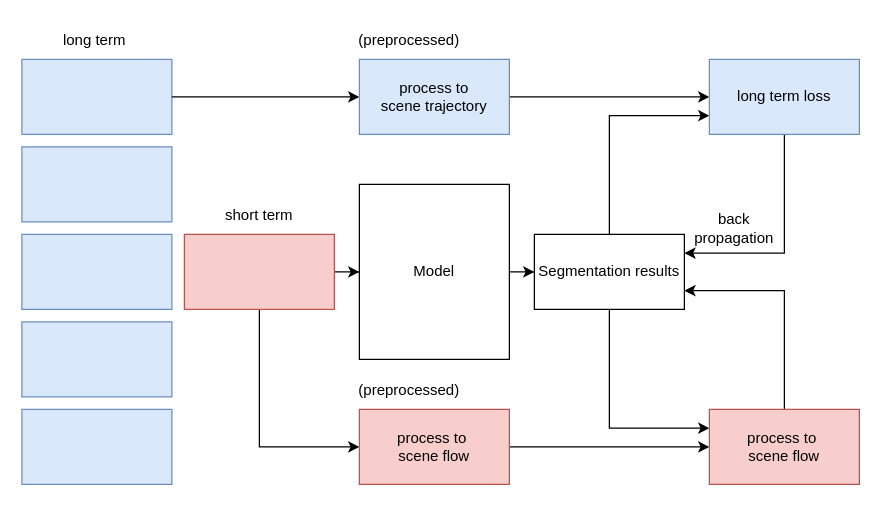
This is disserattion_pipeline.drawio from turswiming/drawio_file, a draw.io file, before an edit. Source tidied: cells renumbered, new cells numbered last; positions are measured from the earlier drawing's top-left corner, leaving out a move shared by most shapes. Both pictures are drawn from the tidied source at 125%, with x=0, y=0 at pixel (21, 21).
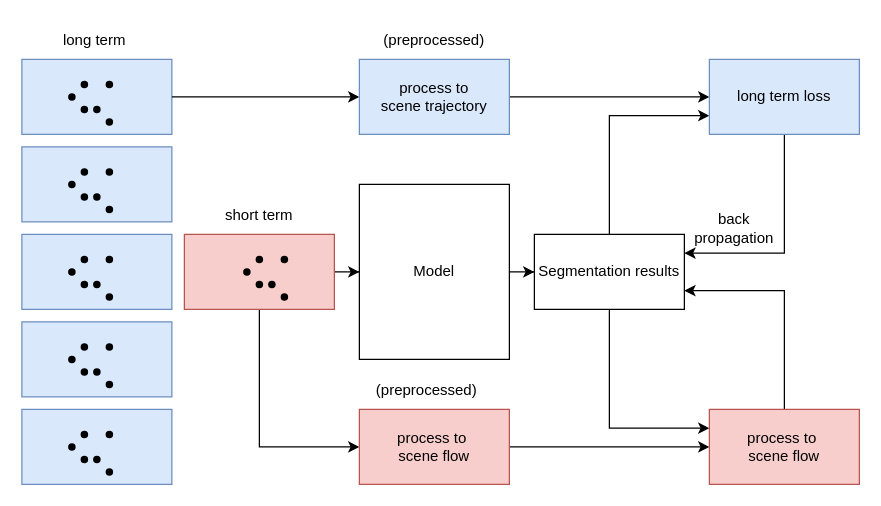
The same diagram, later.

Diff of the diagram source:
```diff
@@
     <mxCell id="26" value="(preprocessed)" style="text;html=1;align=center;verticalAlign=middle;whiteSpace=wrap;rounded=0;" parent="1" vertex="1">
-      <mxGeometry x="280" y="280" width="60" height="30" as="geometry" />
+      <mxGeometry x="294" y="280" width="60" height="30" as="geometry" />
     </mxCell>
     <mxCell id="27" value="(preprocessed)" style="text;html=1;align=center;verticalAlign=middle;whiteSpace=wrap;rounded=0;" parent="1" vertex="1">
-      <mxGeometry x="280" width="60" height="30" as="geometry" />
+      <mxGeometry x="300" width="60" height="30" as="geometry" />
     </mxCell>
@@
+    <mxCell id="29" style="group;" parent="1" vertex="1">
+      <mxGeometry x="30" y="40" width="50" height="50" as="geometry" />
+    </mxCell>
+    <mxCell id="30" style="shape=waypoint;sketch=0;fillStyle=solid;size=6;fillColor=none;perimeter=centerPerimeter;" parent="29" vertex="1">
+      <mxGeometry x="10" y="20" width="20" height="20" as="geometry" />
+    </mxCell>
+    <mxCell id="31" style="shape=waypoint;sketch=0;fillStyle=solid;size=6;fillColor=none;perimeter=centerPerimeter;" parent="29" vertex="1">
+      <mxGeometry x="10" width="20" height="20" as="geometry" />
+    </mxCell>
+    <mxCell id="32" style="shape=waypoint;sketch=0;fillStyle=solid;size=6;fillColor=none;perimeter=centerPerimeter;" parent="29" vertex="1">
+      <mxGeometry x="30" y="30" width="20" height="20" as="geometry" />
+    </mxCell>
+    <mxCell id="33" style="shape=waypoint;sketch=0;fillStyle=solid;size=6;fillColor=none;perimeter=centerPerimeter;" parent="29" vertex="1">
+      <mxGeometry y="10" width="20" height="20" as="geometry" />
+    </mxCell>
+    <mxCell id="34" style="shape=waypoint;sketch=0;fillStyle=solid;size=6;fillColor=none;perimeter=centerPerimeter;" parent="29" vertex="1">
+      <mxGeometry x="20" y="20" width="20" height="20" as="geometry" />
+    </mxCell>
+    <mxCell id="35" style="shape=waypoint;sketch=0;fillStyle=solid;size=6;fillColor=none;perimeter=centerPerimeter;" parent="29" vertex="1">
+      <mxGeometry x="30" width="20" height="20" as="geometry" />
+    </mxCell>
+    <mxCell id="36" style="group;" parent="1" vertex="1">
+      <mxGeometry x="30" y="110" width="50" height="50" as="geometry" />
+    </mxCell>
+    <mxCell id="37" style="shape=waypoint;sketch=0;fillStyle=solid;size=6;fillColor=none;perimeter=centerPerimeter;" parent="36" vertex="1">
+      <mxGeometry x="10" y="20" width="20" height="20" as="geometry" />
+    </mxCell>
+    <mxCell id="38" style="shape=waypoint;sketch=0;fillStyle=solid;size=6;fillColor=none;perimeter=centerPerimeter;" parent="36" vertex="1">
+      <mxGeometry x="10" width="20" height="20" as="geometry" />
+    </mxCell>
+    <mxCell id="39" style="shape=waypoint;sketch=0;fillStyle=solid;size=6;fillColor=none;perimeter=centerPerimeter;" parent="36" vertex="1">
+      <mxGeometry x="30" y="30" width="20" height="20" as="geometry" />
+    </mxCell>
+    <mxCell id="40" style="shape=waypoint;sketch=0;fillStyle=solid;size=6;fillColor=none;perimeter=centerPerimeter;" parent="36" vertex="1">
+      <mxGeometry y="10" width="20" height="20" as="geometry" />
+    </mxCell>
+    <mxCell id="41" style="shape=waypoint;sketch=0;fillStyle=solid;size=6;fillColor=none;perimeter=centerPerimeter;" parent="36" vertex="1">
+      <mxGeometry x="20" y="20" width="20" height="20" as="geometry" />
+    </mxCell>
+    <mxCell id="42" style="shape=waypoint;sketch=0;fillStyle=solid;size=6;fillColor=none;perimeter=centerPerimeter;" parent="36" vertex="1">
+      <mxGeometry x="30" width="20" height="20" as="geometry" />
+    </mxCell>
+    <mxCell id="43" style="group;" parent="1" vertex="1">
+      <mxGeometry x="30" y="180" width="50" height="50" as="geometry" />
+    </mxCell>
+    <mxCell id="44" style="shape=waypoint;sketch=0;fillStyle=solid;size=6;fillColor=none;perimeter=centerPerimeter;" parent="43" vertex="1">
+      <mxGeometry x="10" y="20" width="20" height="20" as="geometry" />
+    </mxCell>
+    <mxCell id="45" style="shape=waypoint;sketch=0;fillStyle=solid;size=6;fillColor=none;perimeter=centerPerimeter;" parent="43" vertex="1">
+      <mxGeometry x="10" width="20" height="20" as="geometry" />
+    </mxCell>
+    <mxCell id="46" style="shape=waypoint;sketch=0;fillStyle=solid;size=6;fillColor=none;perimeter=centerPerimeter;" parent="43" vertex="1">
+      <mxGeometry x="30" y="30" width="20" height="20" as="geometry" />
+    </mxCell>
+    <mxCell id="47" style="shape=waypoint;sketch=0;fillStyle=solid;size=6;fillColor=none;perimeter=centerPerimeter;" parent="43" vertex="1">
+      <mxGeometry y="10" width="20" height="20" as="geometry" />
+    </mxCell>
+    <mxCell id="48" style="shape=waypoint;sketch=0;fillStyle=solid;size=6;fillColor=none;perimeter=centerPerimeter;" parent="43" vertex="1">
+      <mxGeometry x="20" y="20" width="20" height="20" as="geometry" />
+    </mxCell>
+    <mxCell id="49" style="shape=waypoint;sketch=0;fillStyle=solid;size=6;fillColor=none;perimeter=centerPerimeter;" parent="43" vertex="1">
+      <mxGeometry x="30" width="20" height="20" as="geometry" />
+    </mxCell>
+    <mxCell id="50" style="group;" parent="1" vertex="1">
+      <mxGeometry x="30" y="250" width="50" height="50" as="geometry" />
+    </mxCell>
+    <mxCell id="51" style="shape=waypoint;sketch=0;fillStyle=solid;size=6;fillColor=none;perimeter=centerPerimeter;" parent="50" vertex="1">
+      <mxGeometry x="10" y="20" width="20" height="20" as="geometry" />
+    </mxCell>
+    <mxCell id="52" style="shape=waypoint;sketch=0;fillStyle=solid;size=6;fillColor=none;perimeter=centerPerimeter;" parent="50" vertex="1">
+      <mxGeometry x="10" width="20" height="20" as="geometry" />
+    </mxCell>
+    <mxCell id="53" style="shape=waypoint;sketch=0;fillStyle=solid;size=6;fillColor=none;perimeter=centerPerimeter;" parent="50" vertex="1">
+      <mxGeometry x="30" y="30" width="20" height="20" as="geometry" />
+    </mxCell>
+    <mxCell id="54" style="shape=waypoint;sketch=0;fillStyle=solid;size=6;fillColor=none;perimeter=centerPerimeter;" parent="50" vertex="1">
+      <mxGeometry y="10" width="20" height="20" as="geometry" />
+    </mxCell>
+    <mxCell id="55" style="shape=waypoint;sketch=0;fillStyle=solid;size=6;fillColor=none;perimeter=centerPerimeter;" parent="50" vertex="1">
+      <mxGeometry x="20" y="20" width="20" height="20" as="geometry" />
+    </mxCell>
+    <mxCell id="56" style="shape=waypoint;sketch=0;fillStyle=solid;size=6;fillColor=none;perimeter=centerPerimeter;" parent="50" vertex="1">
+      <mxGeometry x="30" width="20" height="20" as="geometry" />
+    </mxCell>
+    <mxCell id="57" style="group;" parent="1" vertex="1">
+      <mxGeometry x="30" y="320" width="50" height="50" as="geometry" />
+    </mxCell>
+    <mxCell id="58" style="shape=waypoint;sketch=0;fillStyle=solid;size=6;fillColor=none;perimeter=centerPerimeter;" parent="57" vertex="1">
+      <mxGeometry x="10" y="20" width="20" height="20" as="geometry" />
+    </mxCell>
+    <mxCell id="59" style="shape=waypoint;sketch=0;fillStyle=solid;size=6;fillColor=none;perimeter=centerPerimeter;" parent="57" vertex="1">
+      <mxGeometry x="10" width="20" height="20" as="geometry" />
+    </mxCell>
+    <mxCell id="60" style="shape=waypoint;sketch=0;fillStyle=solid;size=6;fillColor=none;perimeter=centerPerimeter;" parent="57" vertex="1">
+      <mxGeometry x="30" y="30" width="20" height="20" as="geometry" />
+    </mxCell>
+    <mxCell id="61" style="shape=waypoint;sketch=0;fillStyle=solid;size=6;fillColor=none;perimeter=centerPerimeter;" parent="57" vertex="1">
+      <mxGeometry y="10" width="20" height="20" as="geometry" />
+    </mxCell>
+    <mxCell id="62" style="shape=waypoint;sketch=0;fillStyle=solid;size=6;fillColor=none;perimeter=centerPerimeter;" parent="57" vertex="1">
+      <mxGeometry x="20" y="20" width="20" height="20" as="geometry" />
+    </mxCell>
+    <mxCell id="63" style="shape=waypoint;sketch=0;fillStyle=solid;size=6;fillColor=none;perimeter=centerPerimeter;" parent="57" vertex="1">
+      <mxGeometry x="30" width="20" height="20" as="geometry" />
+    </mxCell>
+    <mxCell id="64" style="group;" parent="1" vertex="1">
+      <mxGeometry x="170" y="180" width="50" height="50" as="geometry" />
+    </mxCell>
+    <mxCell id="65" style="shape=waypoint;sketch=0;fillStyle=solid;size=6;fillColor=none;perimeter=centerPerimeter;" parent="64" vertex="1">
+      <mxGeometry x="10" y="20" width="20" height="20" as="geometry" />
+    </mxCell>
+    <mxCell id="66" style="shape=waypoint;sketch=0;fillStyle=solid;size=6;fillColor=none;perimeter=centerPerimeter;" parent="64" vertex="1">
+      <mxGeometry x="10" width="20" height="20" as="geometry" />
+    </mxCell>
+    <mxCell id="67" style="shape=waypoint;sketch=0;fillStyle=solid;size=6;fillColor=none;perimeter=centerPerimeter;" parent="64" vertex="1">
+      <mxGeometry x="30" y="30" width="20" height="20" as="geometry" />
+    </mxCell>
+    <mxCell id="68" style="shape=waypoint;sketch=0;fillStyle=solid;size=6;fillColor=none;perimeter=centerPerimeter;" parent="64" vertex="1">
+      <mxGeometry y="10" width="20" height="20" as="geometry" />
+    </mxCell>
+    <mxCell id="69" style="shape=waypoint;sketch=0;fillStyle=solid;size=6;fillColor=none;perimeter=centerPerimeter;" parent="64" vertex="1">
+      <mxGeometry x="20" y="20" width="20" height="20" as="geometry" />
+    </mxCell>
+    <mxCell id="70" style="shape=waypoint;sketch=0;fillStyle=solid;size=6;fillColor=none;perimeter=centerPerimeter;" parent="64" vertex="1">
+      <mxGeometry x="30" width="20" height="20" as="geometry" />
+    </mxCell>
```
